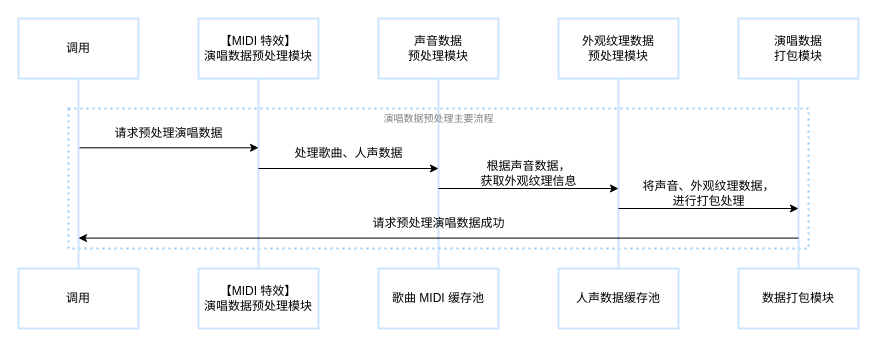
Before: page "Page-2" (2 of 4) of Untitled Diagram.drawio in Tangdixi/tangdixi.github.io, a draw.io diagram. Source tidied: cells renumbered, new cells numbered last; positions are measured from the earlier drawing's top-left corner, leaving out a move shared by most shapes. Both pictures are drawn from the tidied source at 100%, with x=0, y=0 at pixel (18, 18).
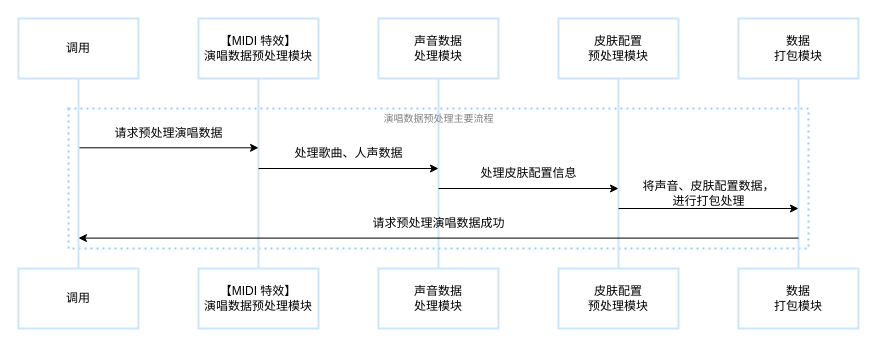
The same page after the edit.

The edit, as a diff of the source:
```diff
@@
-    <mxCell id="5" value="声音数据&lt;br&gt;预处理模块" style="rounded=0;whiteSpace=wrap;html=1;labelBackgroundColor=none;strokeWidth=2;strokeColor=#CCE5FF;" parent="1" vertex="1">
+    <mxCell id="5" value="声音数据&lt;br&gt;处理模块" style="rounded=0;whiteSpace=wrap;html=1;labelBackgroundColor=none;strokeWidth=2;strokeColor=#CCE5FF;" parent="1" vertex="1">
       <mxGeometry x="360" width="120" height="60" as="geometry" />
     </mxCell>
-    <mxCell id="6" value="演唱数据&lt;br&gt;打包模块" style="rounded=0;whiteSpace=wrap;html=1;labelBackgroundColor=none;strokeWidth=2;strokeColor=#CCE5FF;" parent="1" vertex="1">
+    <mxCell id="6" value="数据&lt;br&gt;打包模块" style="rounded=0;whiteSpace=wrap;html=1;labelBackgroundColor=none;strokeWidth=2;strokeColor=#CCE5FF;" parent="1" vertex="1">
       <mxGeometry x="720" width="120" height="60" as="geometry" />
     </mxCell>
-    <mxCell id="7" value="外观纹理数据&lt;br&gt;预处理模块" style="rounded=0;whiteSpace=wrap;html=1;labelBackgroundColor=none;strokeWidth=2;strokeColor=#CCE5FF;" parent="1" vertex="1">
+    <mxCell id="7" value="皮肤配置&lt;br&gt;预处理模块" style="rounded=0;whiteSpace=wrap;html=1;labelBackgroundColor=none;strokeWidth=2;strokeColor=#CCE5FF;" parent="1" vertex="1">
       <mxGeometry x="540" width="120" height="60" as="geometry" />
     </mxCell>
@@
-    <mxCell id="19" value="根据声音数据，&lt;br&gt;获取外观纹理信息" style="text;strokeColor=none;fillColor=none;html=1;fontSize=12;fontStyle=0;verticalAlign=middle;align=center;" parent="1" vertex="1">
+    <mxCell id="19" value="处理皮肤配置信息" style="text;strokeColor=none;fillColor=none;html=1;fontSize=12;fontStyle=0;verticalAlign=middle;align=center;" parent="1" vertex="1">
       <mxGeometry x="460" y="140" width="100" height="30" as="geometry" />
     </mxCell>
@@
-    <mxCell id="21" value="将声音、外观纹理数据，&lt;br&gt;进行打包处理" style="text;strokeColor=none;fillColor=none;html=1;fontSize=12;fontStyle=0;verticalAlign=middle;align=center;" parent="1" vertex="1">
+    <mxCell id="21" value="将声音、皮肤配置数据，&lt;br&gt;进行打包处理" style="text;strokeColor=none;fillColor=none;html=1;fontSize=12;fontStyle=0;verticalAlign=middle;align=center;" parent="1" vertex="1">
       <mxGeometry x="640" y="160" width="100" height="30" as="geometry" />
     </mxCell>
@@
-    <mxCell id="24" value="歌曲 MIDI 缓存池" style="rounded=0;whiteSpace=wrap;html=1;labelBackgroundColor=none;strokeWidth=2;strokeColor=#CCE5FF;" parent="1" vertex="1">
+    <mxCell id="24" value="声音数据&lt;br style=&quot;border-color: var(--border-color);&quot;&gt;处理模块" style="rounded=0;whiteSpace=wrap;html=1;labelBackgroundColor=none;strokeWidth=2;strokeColor=#CCE5FF;" parent="1" vertex="1">
       <mxGeometry x="360" y="250" width="120" height="60" as="geometry" />
     </mxCell>
-    <mxCell id="25" value="数据打包模块" style="rounded=0;whiteSpace=wrap;html=1;labelBackgroundColor=none;strokeWidth=2;strokeColor=#CCE5FF;" parent="1" vertex="1">
+    <mxCell id="25" value="数据&lt;br style=&quot;border-color: var(--border-color);&quot;&gt;打包模块" style="rounded=0;whiteSpace=wrap;html=1;labelBackgroundColor=none;strokeWidth=2;strokeColor=#CCE5FF;" parent="1" vertex="1">
       <mxGeometry x="720" y="250" width="120" height="60" as="geometry" />
     </mxCell>
-    <mxCell id="26" value="人声数据缓存池" style="rounded=0;whiteSpace=wrap;html=1;labelBackgroundColor=none;strokeWidth=2;strokeColor=#CCE5FF;" parent="1" vertex="1">
+    <mxCell id="26" value="皮肤配置&lt;br style=&quot;border-color: var(--border-color);&quot;&gt;预处理模块" style="rounded=0;whiteSpace=wrap;html=1;labelBackgroundColor=none;strokeWidth=2;strokeColor=#CCE5FF;" parent="1" vertex="1">
       <mxGeometry x="540" y="250" width="120" height="60" as="geometry" />
     </mxCell>
```
